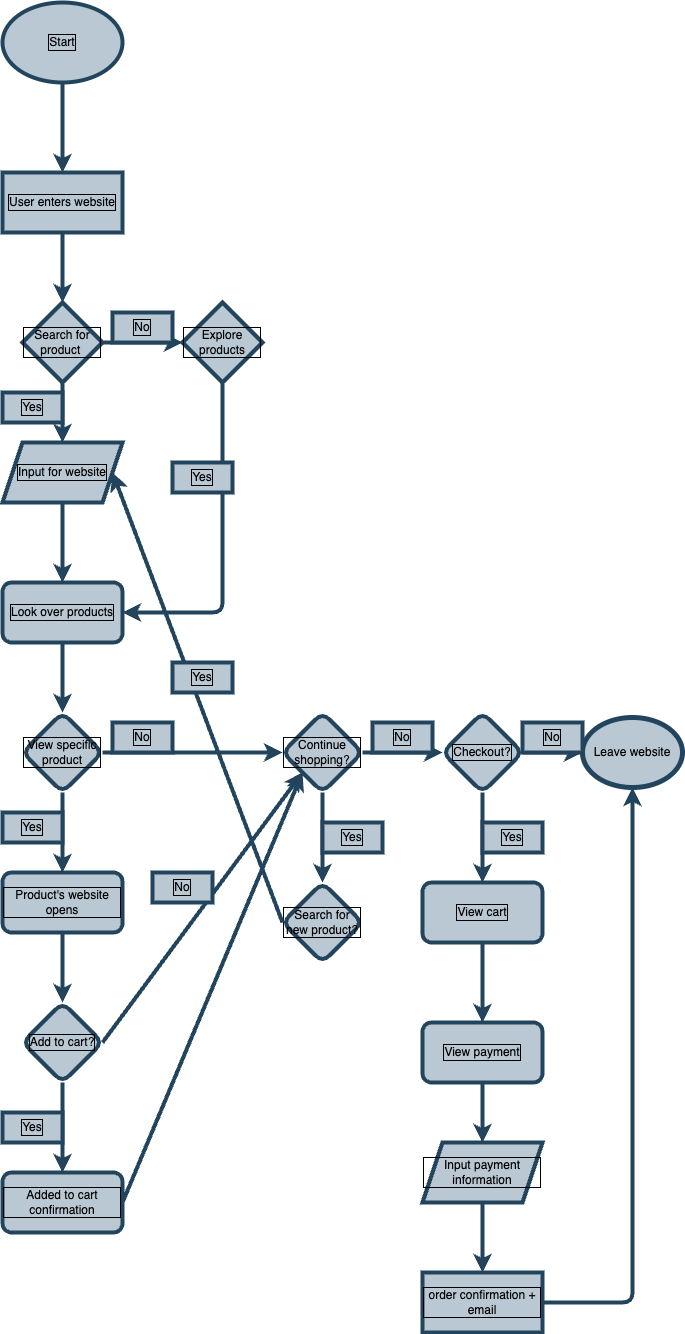
ishikaa2504/sp24-cse110-lab4 keeps this draw.io diagram as explore/diagramming/diagram.drawio.png. Above is the earlier version. Source tidied: cells renumbered, new cells last; positions are measured from the earlier drawing's top-left corner, leaving out a move shared by most shapes.
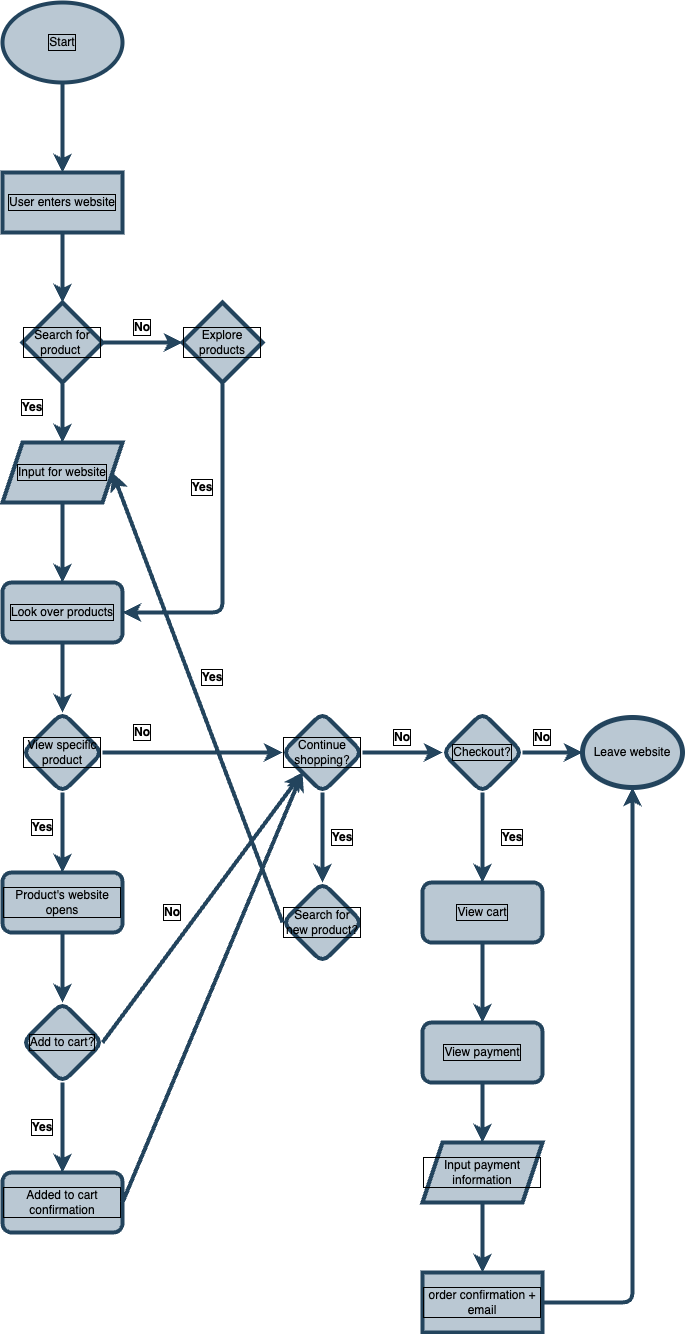
Above is the later version.

Diff of the diagram source:
```diff
@@ -32,12 +32,6 @@
     <mxCell id="11" value="Input for website" style="shape=parallelogram;perimeter=parallelogramPerimeter;whiteSpace=wrap;html=1;fixedSize=1;labelBorderColor=default;fillColor=#bac8d3;strokeColor=#23445D;strokeWidth=4;fontColor=#000000;" parent="1" vertex="1">
       <mxGeometry y="440" width="120" height="60" as="geometry" />
     </mxCell>
-    <mxCell id="12" value="Yes" style="text;align=center;fillColor=#bac8d3;html=1;verticalAlign=middle;whiteSpace=wrap;rounded=0;labelBorderColor=default;strokeColor=#23445D;strokeWidth=4;fontColor=#000000;" parent="1" vertex="1">
-      <mxGeometry y="390" width="60" height="30" as="geometry" />
-    </mxCell>
-    <mxCell id="13" value="No" style="text;align=center;fillColor=#bac8d3;html=1;verticalAlign=middle;whiteSpace=wrap;rounded=0;labelBorderColor=default;strokeColor=#23445D;strokeWidth=4;fontColor=#000000;" parent="1" vertex="1">
-      <mxGeometry x="110" y="310" width="60" height="30" as="geometry" />
-    </mxCell>
     <mxCell id="14" style="edgeStyle=none;html=1;fontColor=#000000;labelBorderColor=default;fillColor=#bac8d3;strokeColor=#23445D;strokeWidth=4;" parent="1" edge="1" source="15" target="20">
       <mxGeometry relative="1" as="geometry" />
     </mxCell>
@@ -51,9 +45,6 @@
         </Array>
       </mxGeometry>
     </mxCell>
-    <mxCell id="17" value="Yes" style="text;align=center;fillColor=#bac8d3;html=1;verticalAlign=middle;whiteSpace=wrap;rounded=0;labelBorderColor=default;strokeColor=#23445D;strokeWidth=4;fontColor=#000000;" parent="1" vertex="1">
-      <mxGeometry x="170" y="460" width="60" height="30" as="geometry" />
-    </mxCell>
     <mxCell id="18" style="edgeStyle=none;html=1;fontColor=#000000;labelBorderColor=default;fillColor=#bac8d3;strokeColor=#23445D;strokeWidth=4;" parent="1" edge="1" source="20">
       <mxGeometry relative="1" as="geometry">
         <mxPoint x="60" y="870" as="targetPoint" />
@@ -71,9 +62,6 @@
     <mxCell id="22" value="Product's website opens" style="rounded=1;whiteSpace=wrap;html=1;labelBorderColor=default;fillColor=#bac8d3;strokeColor=#23445D;strokeWidth=4;fontColor=#000000;" parent="1" vertex="1">
       <mxGeometry y="870" width="120" height="60" as="geometry" />
     </mxCell>
-    <mxCell id="23" value="Yes" style="text;align=center;fillColor=#bac8d3;html=1;verticalAlign=middle;whiteSpace=wrap;rounded=0;labelBorderColor=default;strokeColor=#23445D;strokeWidth=4;fontColor=#000000;" parent="1" vertex="1">
-      <mxGeometry y="810" width="60" height="30" as="geometry" />
-    </mxCell>
     <mxCell id="24" style="edgeStyle=none;html=1;fontColor=#000000;labelBorderColor=default;fillColor=#bac8d3;strokeColor=#23445D;strokeWidth=4;" parent="1" edge="1" source="26" target="33">
       <mxGeometry relative="1" as="geometry" />
     </mxCell>
@@ -83,9 +71,6 @@
     <mxCell id="26" value="Continue shopping?" style="rhombus;whiteSpace=wrap;html=1;rounded=1;labelBorderColor=default;fillColor=#bac8d3;strokeColor=#23445D;strokeWidth=4;fontColor=#000000;" parent="1" vertex="1">
       <mxGeometry x="280" y="710" width="80" height="80" as="geometry" />
     </mxCell>
-    <mxCell id="27" value="No" style="text;align=center;fillColor=#bac8d3;html=1;verticalAlign=middle;whiteSpace=wrap;rounded=0;labelBorderColor=default;strokeColor=#23445D;strokeWidth=4;fontColor=#000000;" parent="1" vertex="1">
-      <mxGeometry x="110" y="720" width="60" height="30" as="geometry" />
-    </mxCell>
     <mxCell id="28" style="edgeStyle=none;html=1;fontColor=#000000;labelBorderColor=default;fillColor=#bac8d3;strokeColor=#23445D;strokeWidth=4;" parent="1" edge="1" source="29" target="30">
       <mxGeometry relative="1" as="geometry" />
     </mxCell>
@@ -95,51 +80,33 @@
     <mxCell id="30" value="Added to cart confirmation" style="whiteSpace=wrap;html=1;rounded=1;labelBorderColor=default;fillColor=#bac8d3;strokeColor=#23445D;strokeWidth=4;fontColor=#000000;" parent="1" vertex="1">
       <mxGeometry y="1170" width="120" height="60" as="geometry" />
     </mxCell>
-    <mxCell id="31" value="Yes" style="text;align=center;fillColor=#bac8d3;html=1;verticalAlign=middle;whiteSpace=wrap;rounded=0;labelBorderColor=default;strokeColor=#23445D;strokeWidth=4;fontColor=#000000;" parent="1" vertex="1">
-      <mxGeometry y="1110" width="60" height="30" as="geometry" />
-    </mxCell>
     <mxCell id="32" style="endArrow=classic;html=1;exitX=1;exitY=0.5;exitDx=0;exitDy=0;entryX=0;entryY=1;entryDx=0;entryDy=0;fontColor=#000000;labelBorderColor=default;fillColor=#bac8d3;strokeColor=#23445D;strokeWidth=4;" parent="1" edge="1" source="30" target="26">
       <mxGeometry relative="1" as="geometry" />
     </mxCell>
     <mxCell id="33" value="Search for new product?" style="rhombus;whiteSpace=wrap;html=1;rounded=1;labelBorderColor=default;fillColor=#bac8d3;strokeColor=#23445D;strokeWidth=4;fontColor=#000000;" parent="1" vertex="1">
       <mxGeometry x="280" y="880" width="80" height="80" as="geometry" />
     </mxCell>
-    <mxCell id="34" value="Yes" style="text;align=center;fillColor=#bac8d3;html=1;verticalAlign=middle;whiteSpace=wrap;rounded=0;labelBorderColor=default;strokeColor=#23445D;strokeWidth=4;fontColor=#000000;" parent="1" vertex="1">
-      <mxGeometry x="320" y="820" width="60" height="30" as="geometry" />
-    </mxCell>
     <mxCell id="35" style="endArrow=classic;html=1;exitX=0;exitY=0.5;exitDx=0;exitDy=0;entryX=1;entryY=0.5;entryDx=0;entryDy=0;fontColor=#000000;labelBorderColor=default;fillColor=#bac8d3;strokeColor=#23445D;strokeWidth=4;" parent="1" edge="1" source="33" target="11">
       <mxGeometry relative="1" as="geometry" />
     </mxCell>
-    <mxCell id="36" value="Yes" style="text;align=center;fillColor=#bac8d3;html=1;verticalAlign=middle;whiteSpace=wrap;rounded=0;labelBorderColor=default;strokeColor=#23445D;strokeWidth=4;fontColor=#000000;" parent="1" vertex="1">
-      <mxGeometry x="170" y="660" width="60" height="30" as="geometry" />
-    </mxCell>
     <mxCell id="37" style="edgeStyle=none;html=1;fontColor=#000000;labelBorderColor=default;fillColor=#bac8d3;strokeColor=#23445D;strokeWidth=4;" parent="1" edge="1" source="38" target="44">
       <mxGeometry relative="1" as="geometry" />
     </mxCell>
     <mxCell id="38" value="Checkout?" style="rhombus;whiteSpace=wrap;html=1;rounded=1;labelBorderColor=default;fillColor=#bac8d3;strokeColor=#23445D;strokeWidth=4;fontColor=#000000;" parent="1" vertex="1">
       <mxGeometry x="440" y="710" width="80" height="80" as="geometry" />
     </mxCell>
-    <mxCell id="39" value="No" style="text;align=center;fillColor=#bac8d3;html=1;verticalAlign=middle;whiteSpace=wrap;rounded=0;labelBorderColor=default;strokeColor=#23445D;strokeWidth=4;fontColor=#000000;" parent="1" vertex="1">
-      <mxGeometry x="370" y="720" width="60" height="30" as="geometry" />
-    </mxCell>
     <mxCell id="40" value="Leave website" style="ellipse;whiteSpace=wrap;html=1;fillColor=#bac8d3;strokeColor=#23445d;strokeWidth=5;fontColor=#000000;" parent="1" vertex="1">
       <mxGeometry x="580" y="715" width="100" height="70" as="geometry" />
     </mxCell>
     <mxCell id="41" style="endArrow=classic;html=1;exitX=1;exitY=0.5;exitDx=0;exitDy=0;entryX=0;entryY=0.5;entryDx=0;entryDy=0;fontColor=#000000;labelBorderColor=default;fillColor=#bac8d3;strokeColor=#23445D;strokeWidth=4;" parent="1" edge="1" source="38" target="40">
       <mxGeometry relative="1" as="geometry" />
     </mxCell>
-    <mxCell id="42" value="No" style="text;align=center;fillColor=#bac8d3;html=1;verticalAlign=middle;whiteSpace=wrap;rounded=0;labelBorderColor=default;strokeColor=#23445D;strokeWidth=4;fontColor=#000000;" parent="1" vertex="1">
-      <mxGeometry x="520" y="720" width="60" height="30" as="geometry" />
-    </mxCell>
     <mxCell id="43" style="edgeStyle=none;html=1;fontColor=#000000;labelBorderColor=default;fillColor=#bac8d3;strokeColor=#23445D;strokeWidth=4;" parent="1" edge="1" source="44" target="47">
       <mxGeometry relative="1" as="geometry" />
     </mxCell>
     <mxCell id="44" value="View cart" style="whiteSpace=wrap;html=1;rounded=1;labelBorderColor=default;fillColor=#bac8d3;strokeColor=#23445D;strokeWidth=4;fontColor=#000000;" parent="1" vertex="1">
       <mxGeometry x="420" y="880" width="120" height="60" as="geometry" />
     </mxCell>
-    <mxCell id="45" value="Yes" style="text;align=center;fillColor=#bac8d3;html=1;verticalAlign=middle;whiteSpace=wrap;rounded=0;labelBorderColor=default;strokeColor=#23445D;strokeWidth=4;fontColor=#000000;" parent="1" vertex="1">
-      <mxGeometry x="480" y="820" width="60" height="30" as="geometry" />
-    </mxCell>
     <mxCell id="46" style="edgeStyle=none;html=1;fontColor=#000000;labelBorderColor=default;fillColor=#bac8d3;strokeColor=#23445D;strokeWidth=4;" parent="1" edge="1" source="47" target="49">
       <mxGeometry relative="1" as="geometry" />
     </mxCell>
@@ -165,8 +132,41 @@
     <mxCell id="52" style="endArrow=classic;html=1;exitX=1;exitY=0.5;exitDx=0;exitDy=0;entryX=0;entryY=1;entryDx=0;entryDy=0;fontColor=#000000;labelBorderColor=default;fillColor=#bac8d3;strokeColor=#23445D;strokeWidth=4;" parent="1" edge="1" source="29" target="26">
       <mxGeometry relative="1" as="geometry" />
     </mxCell>
-    <mxCell id="53" value="No" style="text;align=center;fillColor=#bac8d3;html=1;verticalAlign=middle;whiteSpace=wrap;rounded=0;labelBorderColor=default;strokeColor=#23445D;strokeWidth=4;fontColor=#000000;" parent="1" vertex="1">
-      <mxGeometry x="150" y="870" width="60" height="30" as="geometry" />
-    </mxCell>
+    <mxCell id="54" value="&lt;b&gt;No&lt;/b&gt;" style="text;strokeColor=none;align=center;fillColor=none;html=1;verticalAlign=middle;whiteSpace=wrap;rounded=0;labelBorderColor=default;strokeWidth=5;fontColor=#000000;" parent="1" vertex="1">
+      <mxGeometry x="110" y="310" width="60" height="30" as="geometry" />
+    </mxCell>
+    <mxCell id="55" value="&lt;b&gt;No&lt;/b&gt;" style="text;strokeColor=none;align=center;fillColor=none;html=1;verticalAlign=middle;whiteSpace=wrap;rounded=0;labelBorderColor=default;strokeWidth=5;fontColor=#000000;" parent="1" vertex="1">
+      <mxGeometry x="110" y="715" width="60" height="30" as="geometry" />
+    </mxCell>
+    <mxCell id="56" value="&lt;b&gt;No&lt;/b&gt;" style="text;strokeColor=none;align=center;fillColor=none;html=1;verticalAlign=middle;whiteSpace=wrap;rounded=0;labelBorderColor=default;strokeWidth=5;fontColor=#000000;" parent="1" vertex="1">
+      <mxGeometry x="140" y="895" width="60" height="30" as="geometry" />
+    </mxCell>
+    <mxCell id="57" value="&lt;b&gt;No&lt;/b&gt;" style="text;strokeColor=none;align=center;fillColor=none;html=1;verticalAlign=middle;whiteSpace=wrap;rounded=0;labelBorderColor=default;strokeWidth=5;fontColor=#000000;" parent="1" vertex="1">
+      <mxGeometry x="370" y="720" width="60" height="30" as="geometry" />
+    </mxCell>
+    <mxCell id="58" value="&lt;b&gt;No&lt;/b&gt;" style="text;strokeColor=none;align=center;fillColor=none;html=1;verticalAlign=middle;whiteSpace=wrap;rounded=0;labelBorderColor=default;strokeWidth=5;fontColor=#000000;" parent="1" vertex="1">
+      <mxGeometry x="510" y="720" width="60" height="30" as="geometry" />
+    </mxCell>
+    <mxCell id="59" value="&lt;b&gt;Yes&lt;/b&gt;" style="text;strokeColor=none;align=center;fillColor=none;html=1;verticalAlign=middle;whiteSpace=wrap;rounded=0;labelBorderColor=default;strokeWidth=5;fontColor=#000000;" parent="1" vertex="1">
+      <mxGeometry y="390" width="60" height="30" as="geometry" />
+    </mxCell>
+    <mxCell id="60" value="&lt;b&gt;Yes&lt;/b&gt;" style="text;strokeColor=none;align=center;fillColor=none;html=1;verticalAlign=middle;whiteSpace=wrap;rounded=0;labelBorderColor=default;strokeWidth=5;fontColor=#000000;" parent="1" vertex="1">
+      <mxGeometry x="170" y="470" width="60" height="30" as="geometry" />
+    </mxCell>
+    <mxCell id="61" value="&lt;b&gt;Yes&lt;/b&gt;" style="text;strokeColor=none;align=center;fillColor=none;html=1;verticalAlign=middle;whiteSpace=wrap;rounded=0;labelBorderColor=default;strokeWidth=5;fontColor=#000000;" parent="1" vertex="1">
+      <mxGeometry x="180" y="660" width="60" height="30" as="geometry" />
+    </mxCell>
+    <mxCell id="62" value="&lt;b&gt;Yes&lt;/b&gt;" style="text;strokeColor=none;align=center;fillColor=none;html=1;verticalAlign=middle;whiteSpace=wrap;rounded=0;labelBorderColor=default;strokeWidth=5;fontColor=#000000;" parent="1" vertex="1">
+      <mxGeometry x="10" y="810" width="60" height="30" as="geometry" />
+    </mxCell>
+    <mxCell id="63" value="&lt;b&gt;Yes&lt;/b&gt;" style="text;strokeColor=none;align=center;fillColor=none;html=1;verticalAlign=middle;whiteSpace=wrap;rounded=0;labelBorderColor=default;strokeWidth=5;fontColor=#000000;" parent="1" vertex="1">
+      <mxGeometry x="10" y="1110" width="60" height="30" as="geometry" />
+    </mxCell>
+    <mxCell id="64" value="&lt;b&gt;Yes&lt;/b&gt;" style="text;strokeColor=none;align=center;fillColor=none;html=1;verticalAlign=middle;whiteSpace=wrap;rounded=0;labelBorderColor=default;strokeWidth=5;fontColor=#000000;" parent="1" vertex="1">
+      <mxGeometry x="310" y="820" width="60" height="30" as="geometry" />
+    </mxCell>
+    <mxCell id="65" value="&lt;b&gt;Yes&lt;/b&gt;" style="text;strokeColor=none;align=center;fillColor=none;html=1;verticalAlign=middle;whiteSpace=wrap;rounded=0;labelBorderColor=default;strokeWidth=5;fontColor=#000000;" parent="1" vertex="1">
+      <mxGeometry x="480" y="820" width="60" height="30" as="geometry" />
+    </mxCell>
   </root>
 </mxGraphModel>
```
